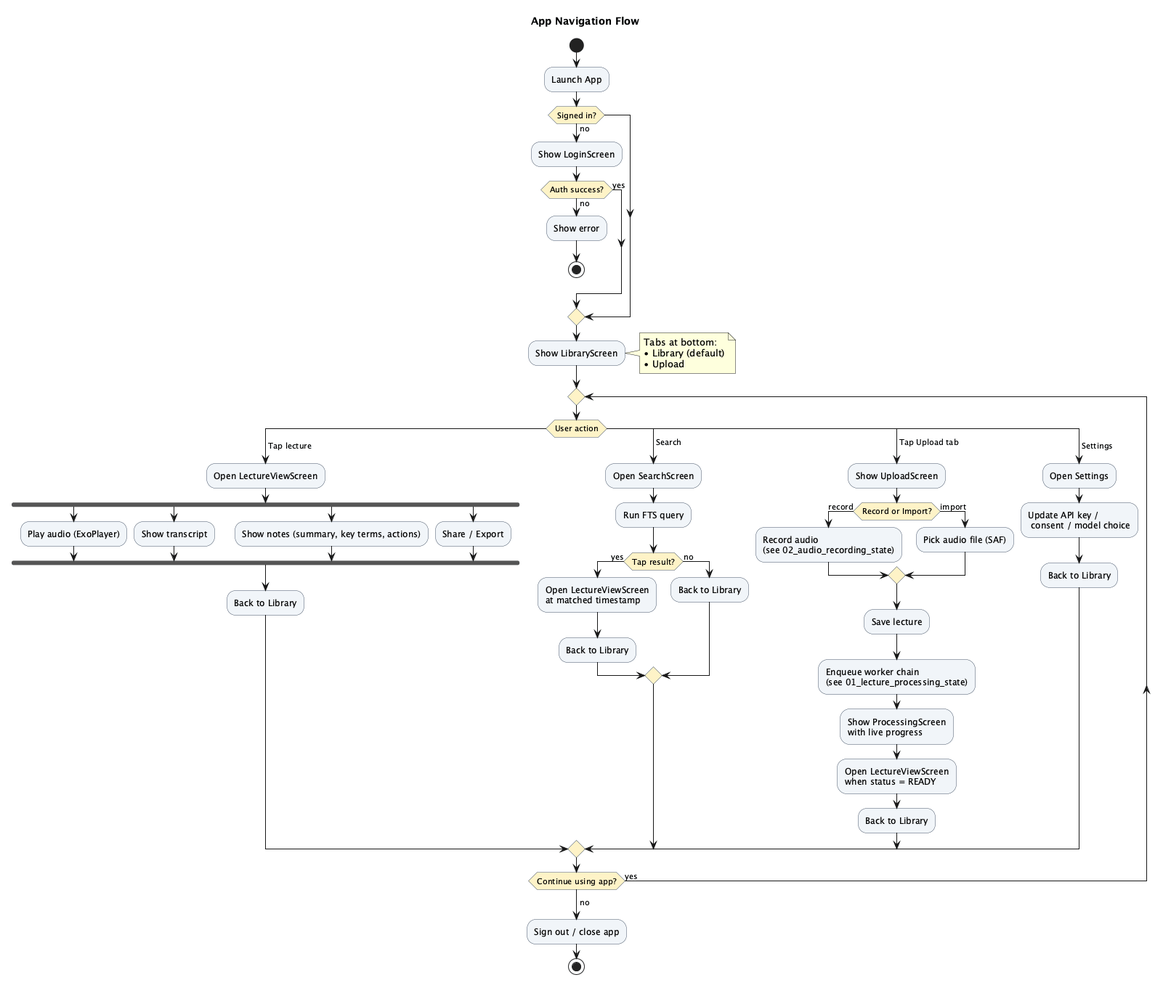
The PlantUML diagram docs/diagrams/AppNavigationActivity.png in umeraamir69/Android-project, before a commit. Its diagram source:
```plantuml
@startuml AppNavigationActivity

title App Navigation Flow

skinparam activity {
  BackgroundColor       #F1F5F9
  BorderColor           #475569
  DiamondBackgroundColor #FEF3C7
}

start

:Launch App;

if (Signed in?) then (no)
  :Show LoginScreen;
  if (Auth success?) then (yes)
  else (no)
    :Show error;
    stop
  endif
endif

:Show LibraryScreen;
note right
  Tabs at bottom:
  • Library (default)
  • Upload
end note

repeat
  switch (User action)
  case ( Tap lecture )
    :Open LectureViewScreen;
    fork
      :Play audio (ExoPlayer);
    fork again
      :Show transcript;
    fork again
      :Show notes (summary, key terms, actions);
    fork again
      :Share / Export;
    end fork
    :Back to Library;
  case ( Search )
    :Open SearchScreen;
    :Run FTS query;
    if (Tap result?) then (yes)
      :Open LectureViewScreen\nat matched timestamp;
      :Back to Library;
    else (no)
      :Back to Library;
    endif
  case ( Tap Upload tab )
    :Show UploadScreen;
    if (Record or Import?) then (record)
      :Record audio
      (see 02_audio_recording_state);
    else (import)
      :Pick audio file (SAF);
    endif
    :Save lecture;
    :Enqueue worker chain
    (see 01_lecture_processing_state);
    :Show ProcessingScreen
    with live progress;
    :Open LectureViewScreen
    when status = READY;
    :Back to Library;
  case ( Settings )
    :Open Settings;
    :Update API key /
     consent / model choice;
    :Back to Library;
  endswitch
repeat while (Continue using app?) is (yes)
-> no;

:Sign out / close app;
stop

@enduml
```
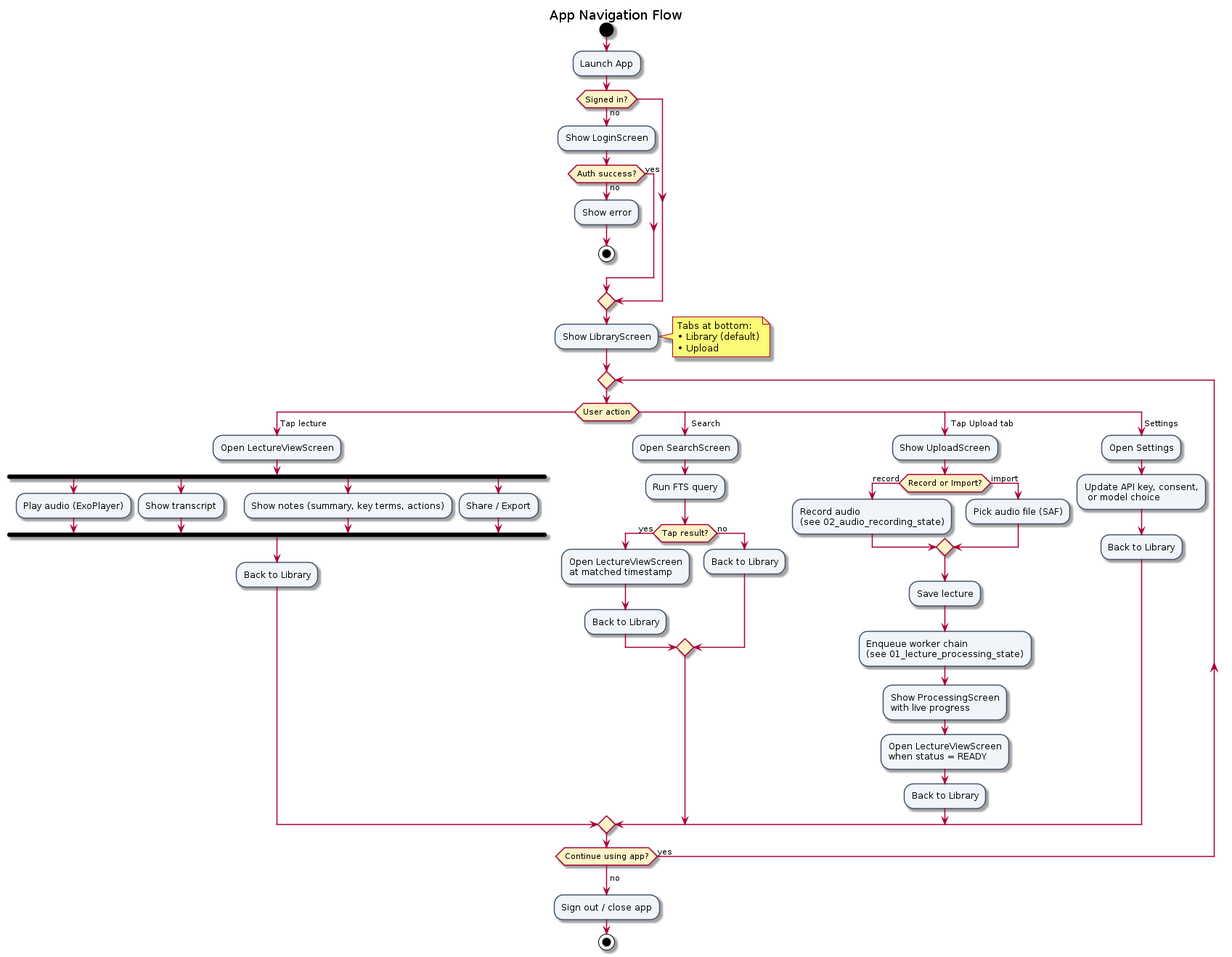
The same diagram one commit later.

Diff of the diagram source:
```diff
@@ -69,8 +69,8 @@
     :Back to Library;
   case ( Settings )
     :Open Settings;
-    :Update API key /
-     consent / model choice;
+    :Update API key, consent,
+     or model choice;
     :Back to Library;
   endswitch
 repeat while (Continue using app?) is (yes)
```
